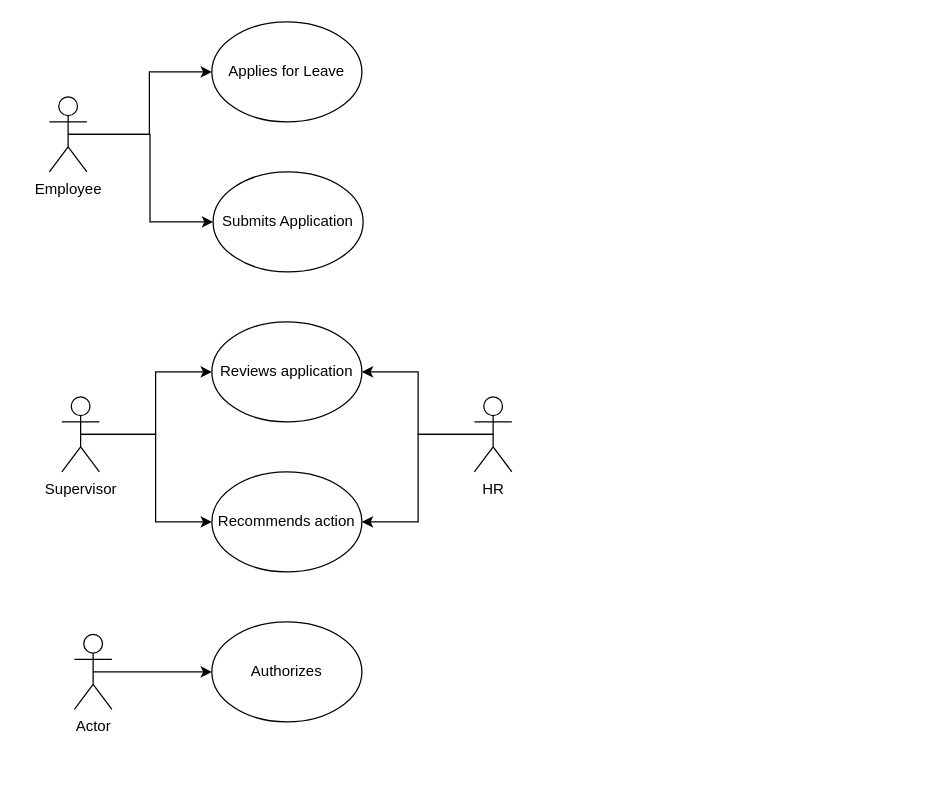
gmachalo/usecases keeps this draw.io diagram as page "Leave" (1 of 2) of Untitled Diagram.drawio. Above is the earlier version. Source tidied: cells renumbered, new cells numbered last; positions are measured from the earlier drawing's top-left corner, leaving out a move shared by most shapes. Both pictures are drawn from the tidied source at 125%, with x=0, y=0 at pixel (49, 21).
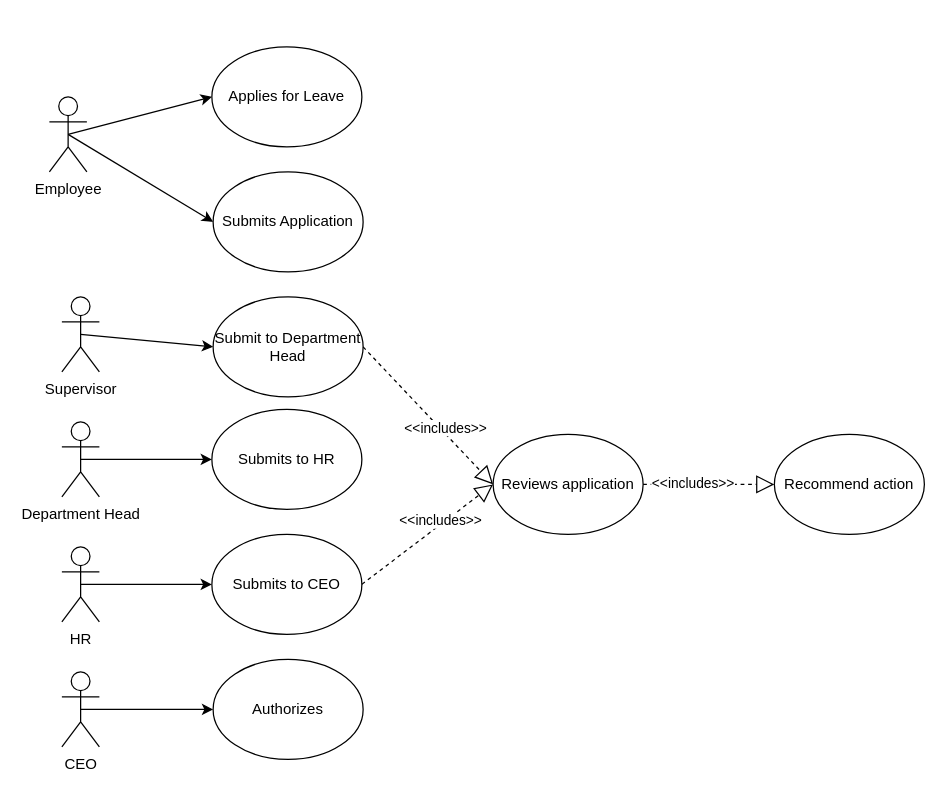
The same page after the edit.

The change refers to these unchanged cells:
```xml
<mxCell id="4" value="Employee" style="shape=umlActor;verticalLabelPosition=bottom;verticalAlign=top;html=1;outlineConnect=0;" parent="1" vertex="1">
  <mxGeometry y="60" width="30" height="60" as="geometry" />
</mxCell>
<mxCell id="6" value="Submits Application" style="ellipse;whiteSpace=wrap;html=1;" parent="1" vertex="1">
  <mxGeometry x="131" y="120" width="120" height="80" as="geometry" />
</mxCell>
```

Diff of the diagram source:
```diff
@@
-    <mxCell id="2" style="edgeStyle=orthogonalEdgeStyle;rounded=0;jettySize=auto;html=1;exitX=0.5;exitY=0.5;exitDx=0;exitDy=0;exitPerimeter=0;entryX=0;entryY=0.5;entryDx=0;entryDy=0;" parent="1" edge="1" source="4" target="6">
-      <mxGeometry relative="1" as="geometry" />
-    </mxCell>
-    <mxCell id="3" style="edgeStyle=orthogonalEdgeStyle;rounded=0;jettySize=auto;html=1;exitX=0.5;exitY=0.5;exitDx=0;exitDy=0;exitPerimeter=0;entryX=0;entryY=0.5;entryDx=0;entryDy=0;" parent="1" edge="1" source="4" target="5">
-      <mxGeometry relative="1" as="geometry" />
-    </mxCell>
@@
     <mxCell id="5" value="Applies for Leave" style="ellipse;whiteSpace=wrap;html=1;" parent="1" vertex="1">
-      <mxGeometry x="130" width="120" height="80" as="geometry" />
+      <mxGeometry x="130" y="20" width="120" height="80" as="geometry" />
     </mxCell>
@@
-    <mxCell id="7" style="edgeStyle=orthogonalEdgeStyle;rounded=0;jettySize=auto;html=1;exitX=0.5;exitY=0.5;exitDx=0;exitDy=0;exitPerimeter=0;entryX=0;entryY=0.5;entryDx=0;entryDy=0;" parent="1" edge="1" source="9" target="10">
-      <mxGeometry relative="1" as="geometry" />
-    </mxCell>
-    <mxCell id="8" style="edgeStyle=orthogonalEdgeStyle;rounded=0;jettySize=auto;html=1;exitX=0.5;exitY=0.5;exitDx=0;exitDy=0;exitPerimeter=0;entryX=0;entryY=0.5;entryDx=0;entryDy=0;" parent="1" edge="1" source="9" target="11">
-      <mxGeometry relative="1" as="geometry" />
-    </mxCell>
     <mxCell id="9" value="Supervisor" style="shape=umlActor;verticalLabelPosition=bottom;verticalAlign=top;html=1;outlineConnect=0;" parent="1" vertex="1">
-      <mxGeometry x="10" y="300" width="30" height="60" as="geometry" />
+      <mxGeometry x="10" y="220" width="30" height="60" as="geometry" />
     </mxCell>
     <mxCell id="10" value="Reviews application" style="ellipse;whiteSpace=wrap;html=1;" parent="1" vertex="1">
-      <mxGeometry x="130" y="240" width="120" height="80" as="geometry" />
+      <mxGeometry x="355" y="330" width="120" height="80" as="geometry" />
     </mxCell>
-    <mxCell id="11" value="Recommends action" style="ellipse;whiteSpace=wrap;html=1;" parent="1" vertex="1">
-      <mxGeometry x="130" y="360" width="120" height="80" as="geometry" />
+    <mxCell id="11" value="Recommend action" style="ellipse;whiteSpace=wrap;html=1;" parent="1" vertex="1">
+      <mxGeometry x="580" y="330" width="120" height="80" as="geometry" />
     </mxCell>
-    <mxCell id="12" style="edgeStyle=orthogonalEdgeStyle;rounded=0;jettySize=auto;html=1;exitX=0.5;exitY=0.5;exitDx=0;exitDy=0;exitPerimeter=0;entryX=1;entryY=0.5;entryDx=0;entryDy=0;" parent="1" edge="1" source="14" target="10">
-      <mxGeometry relative="1" as="geometry" />
-    </mxCell>
-    <mxCell id="13" style="edgeStyle=orthogonalEdgeStyle;rounded=0;jettySize=auto;html=1;exitX=0.5;exitY=0.5;exitDx=0;exitDy=0;exitPerimeter=0;entryX=1;entryY=0.5;entryDx=0;entryDy=0;" parent="1" edge="1" source="14" target="11">
-      <mxGeometry relative="1" as="geometry" />
-    </mxCell>
-    <mxCell id="14" value="HR" style="shape=umlActor;verticalLabelPosition=bottom;verticalAlign=top;html=1;outlineConnect=0;" parent="1" vertex="1">
-      <mxGeometry x="340" y="300" width="30" height="60" as="geometry" />
+    <mxCell id="14" value="Department Head" style="shape=umlActor;verticalLabelPosition=bottom;verticalAlign=top;html=1;outlineConnect=0;" parent="1" vertex="1">
+      <mxGeometry x="10" y="320" width="30" height="60" as="geometry" />
     </mxCell>
-    <mxCell id="15" style="edgeStyle=orthogonalEdgeStyle;rounded=0;jettySize=auto;html=1;exitX=0.5;exitY=0.5;exitDx=0;exitDy=0;exitPerimeter=0;entryX=0;entryY=0.5;entryDx=0;entryDy=0;" parent="1" edge="1" source="16" target="17">
-      <mxGeometry relative="1" as="geometry" />
-    </mxCell>
-    <mxCell id="16" value="Actor" style="shape=umlActor;verticalLabelPosition=bottom;verticalAlign=top;html=1;outlineConnect=0;" parent="1" vertex="1">
-      <mxGeometry x="20" y="490" width="30" height="60" as="geometry" />
+    <mxCell id="16" value="CEO" style="shape=umlActor;verticalLabelPosition=bottom;verticalAlign=top;html=1;outlineConnect=0;" parent="1" vertex="1">
+      <mxGeometry x="10" y="520" width="30" height="60" as="geometry" />
     </mxCell>
     <mxCell id="17" value="Authorizes" style="ellipse;whiteSpace=wrap;html=1;" parent="1" vertex="1">
-      <mxGeometry x="130" y="480" width="120" height="80" as="geometry" />
+      <mxGeometry x="131" y="510" width="120" height="80" as="geometry" />
     </mxCell>
+    <mxCell id="3" style="endArrow=classic;html=1;rounded=0;entryX=0;entryY=0.5;entryDx=0;entryDy=0;exitX=0.5;exitY=0.5;exitDx=0;exitDy=0;exitPerimeter=0;" parent="1" edge="1" source="4" target="5">
+      <mxGeometry relative="1" as="geometry" />
+    </mxCell>
+    <mxCell id="2" style="endArrow=classic;html=1;rounded=0;entryX=0;entryY=0.5;entryDx=0;entryDy=0;exitX=0.5;exitY=0.5;exitDx=0;exitDy=0;exitPerimeter=0;" parent="1" edge="1" source="4" target="6">
+      <mxGeometry relative="1" as="geometry" />
+    </mxCell>
+    <mxCell id="18" value="Submit to Department Head" style="ellipse;whiteSpace=wrap;html=1;" parent="1" vertex="1">
+      <mxGeometry x="131" y="220" width="120" height="80" as="geometry" />
+    </mxCell>
+    <mxCell id="19" style="endArrow=classic;html=1;rounded=0;exitX=0.5;exitY=0.5;exitDx=0;exitDy=0;exitPerimeter=0;entryX=0;entryY=0.5;entryDx=0;entryDy=0;" parent="1" edge="1" source="9" target="18">
+      <mxGeometry relative="1" as="geometry" />
+    </mxCell>
+    <mxCell id="20" style="endArrow=block;dashed=1;endFill=0;endSize=12;html=1;rounded=0;entryX=0;entryY=0.5;entryDx=0;entryDy=0;exitX=1;exitY=0.5;exitDx=0;exitDy=0;" parent="1" edge="1" source="18" target="10">
+      <mxGeometry relative="1" as="geometry" />
+    </mxCell>
+    <mxCell id="21" value="&amp;lt;&amp;lt;includes&amp;gt;&amp;gt;" style="edgeLabel;html=1;align=center;verticalAlign=middle;" parent="20" vertex="1">
+      <mxGeometry x="0.22" y="3" relative="1" as="geometry" />
+    </mxCell>
+    <mxCell id="22" style="endArrow=block;dashed=1;endFill=0;endSize=12;html=1;rounded=0;entryX=0;entryY=0.5;entryDx=0;entryDy=0;exitX=1;exitY=0.5;exitDx=0;exitDy=0;" parent="1" edge="1" source="10" target="11">
+      <mxGeometry relative="1" as="geometry" />
+    </mxCell>
+    <mxCell id="23" value="&amp;lt;&amp;lt;includes&amp;gt;&amp;gt;" style="edgeLabel;html=1;align=center;verticalAlign=middle;" parent="22" vertex="1">
+      <mxGeometry x="-0.26" y="2" relative="1" as="geometry" />
+    </mxCell>
+    <mxCell id="24" value="Submits to HR" style="ellipse;whiteSpace=wrap;html=1;" parent="1" vertex="1">
+      <mxGeometry x="130" y="310" width="120" height="80" as="geometry" />
+    </mxCell>
+    <mxCell id="25" style="endArrow=classic;html=1;rounded=0;exitX=0.5;exitY=0.5;exitDx=0;exitDy=0;exitPerimeter=0;entryX=0;entryY=0.5;entryDx=0;entryDy=0;" parent="1" edge="1" source="14" target="24">
+      <mxGeometry relative="1" as="geometry" />
+    </mxCell>
+    <mxCell id="26" value="HR" style="shape=umlActor;verticalLabelPosition=bottom;verticalAlign=top;html=1;outlineConnect=0;" parent="1" vertex="1">
+      <mxGeometry x="10" y="420" width="30" height="60" as="geometry" />
+    </mxCell>
+    <mxCell id="15" style="endArrow=classic;html=1;rounded=0;exitX=0.5;exitY=0.5;exitDx=0;exitDy=0;exitPerimeter=0;entryX=0;entryY=0.5;entryDx=0;entryDy=0;" parent="1" edge="1" source="16" target="17">
+      <mxGeometry relative="1" as="geometry" />
+    </mxCell>
+    <mxCell id="27" value="Submits to CEO" style="ellipse;whiteSpace=wrap;html=1;" parent="1" vertex="1">
+      <mxGeometry x="130" y="410" width="120" height="80" as="geometry" />
+    </mxCell>
+    <mxCell id="28" style="endArrow=classic;html=1;rounded=0;exitX=0.5;exitY=0.5;exitDx=0;exitDy=0;exitPerimeter=0;entryX=0;entryY=0.5;entryDx=0;entryDy=0;" parent="1" edge="1" source="26" target="27">
+      <mxGeometry relative="1" as="geometry" />
+    </mxCell>
+    <mxCell id="29" style="endArrow=block;dashed=1;endFill=0;endSize=12;html=1;rounded=0;entryX=0;entryY=0.5;entryDx=0;entryDy=0;exitX=1;exitY=0.5;exitDx=0;exitDy=0;" parent="1" edge="1" source="27" target="10">
+      <mxGeometry relative="1" as="geometry" />
+    </mxCell>
+    <mxCell id="30" value="&amp;lt;&amp;lt;includes&amp;gt;&amp;gt;" style="edgeLabel;html=1;align=center;verticalAlign=middle;" parent="29" vertex="1">
+      <mxGeometry x="0.22" y="3" relative="1" as="geometry" />
+    </mxCell>
```
